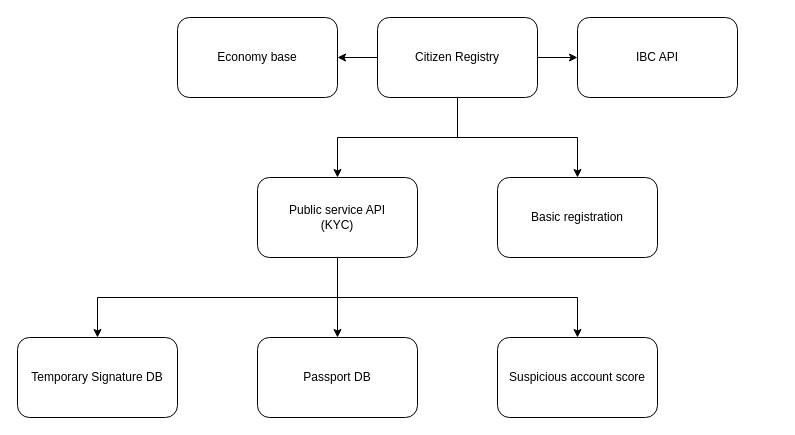
This is page "Global CR structure" (1 of 6) of architecture/crdesign.drawio from markvandal/ds.info, a draw.io file, before an edit. Source tidied: cells renumbered, new cells numbered last; positions are measured from the earlier drawing's top-left corner, leaving out a move shared by most shapes. Both pictures are drawn from the tidied source at 100%, with x=0, y=0 at pixel (17, 17).
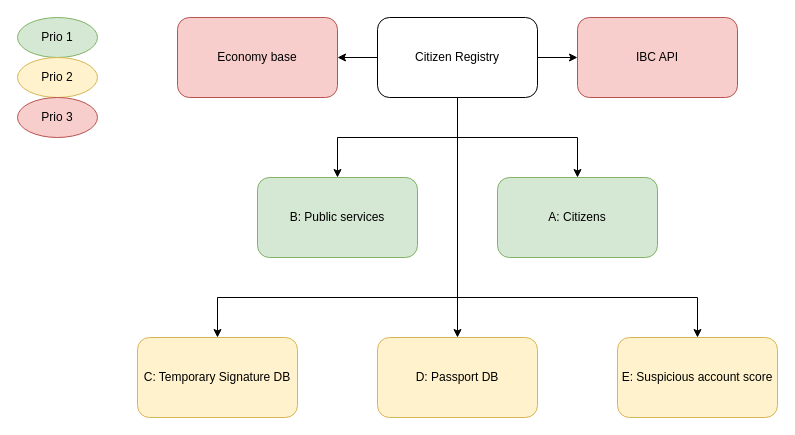
The same diagram, later.

The change refers to these unchanged cells:
```xml
<mxCell id="8" value="Citizen Registry" style="rounded=1;whiteSpace=wrap;html=1;" parent="1" vertex="1">
  <mxGeometry x="360" width="160" height="80" as="geometry" />
</mxCell>
```

What changed in the source:
```diff
@@
-    <mxCell id="3" style="edgeStyle=orthogonalEdgeStyle;rounded=0;jettySize=auto;html=1;exitX=0.5;exitY=1;exitDx=0;exitDy=0;" parent="1" edge="1" source="12" target="10">
+    <mxCell id="3" style="edgeStyle=orthogonalEdgeStyle;rounded=0;jettySize=auto;html=1;exitX=0.5;exitY=1;exitDx=0;exitDy=0;" parent="1" edge="1" source="8" target="10">
       <mxGeometry relative="1" as="geometry" />
     </mxCell>
@@
-    <mxCell id="6" style="edgeStyle=orthogonalEdgeStyle;rounded=0;jettySize=auto;html=1;exitX=0.5;exitY=1;exitDx=0;exitDy=0;" parent="1" edge="1" source="12" target="14">
-      <mxGeometry relative="1" as="geometry" />
+    <mxCell id="6" style="edgeStyle=orthogonalEdgeStyle;rounded=0;jettySize=auto;html=1;exitX=0.5;exitY=1;exitDx=0;exitDy=0;" parent="1" edge="1" source="8" target="14">
+      <mxGeometry relative="1" as="geometry">
+        <Array as="points">
+          <mxPoint x="440" y="280" />
+          <mxPoint x="200" y="280" />
+        </Array>
+      </mxGeometry>
     </mxCell>
@@
-    <mxCell id="9" value="Basic registration" style="rounded=1;whiteSpace=wrap;html=1;" parent="1" vertex="1">
+    <mxCell id="9" value="A: Citizens" style="rounded=1;whiteSpace=wrap;html=1;fillColor=#d5e8d4;strokeColor=#82b366;" parent="1" vertex="1">
       <mxGeometry x="480" y="160" width="160" height="80" as="geometry" />
     </mxCell>
-    <mxCell id="10" value="Passport DB" style="rounded=1;whiteSpace=wrap;html=1;" parent="1" vertex="1">
-      <mxGeometry x="240" y="320" width="160" height="80" as="geometry" />
+    <mxCell id="10" value="D: Passport DB" style="rounded=1;whiteSpace=wrap;html=1;fillColor=#fff2cc;strokeColor=#d6b656;" parent="1" vertex="1">
+      <mxGeometry x="360" y="320" width="160" height="80" as="geometry" />
     </mxCell>
-    <mxCell id="11" style="edgeStyle=orthogonalEdgeStyle;rounded=0;jettySize=auto;html=1;exitX=0.5;exitY=1;exitDx=0;exitDy=0;" parent="1" edge="1" source="12" target="16">
-      <mxGeometry relative="1" as="geometry" />
+    <mxCell id="11" style="edgeStyle=orthogonalEdgeStyle;rounded=0;jettySize=auto;html=1;exitX=0.5;exitY=1;exitDx=0;exitDy=0;" parent="1" edge="1" source="8" target="16">
+      <mxGeometry relative="1" as="geometry">
+        <Array as="points">
+          <mxPoint x="440" y="280" />
+          <mxPoint x="680" y="280" />
+        </Array>
+      </mxGeometry>
     </mxCell>
-    <mxCell id="12" value="Public service API&lt;br&gt;(KYC)" style="rounded=1;whiteSpace=wrap;html=1;" parent="1" vertex="1">
+    <mxCell id="12" value="B: Public services" style="rounded=1;whiteSpace=wrap;html=1;fillColor=#d5e8d4;strokeColor=#82b366;" parent="1" vertex="1">
       <mxGeometry x="240" y="160" width="160" height="80" as="geometry" />
     </mxCell>
-    <mxCell id="13" value="IBC API" style="rounded=1;whiteSpace=wrap;html=1;" parent="1" vertex="1">
+    <mxCell id="13" value="IBC API" style="rounded=1;whiteSpace=wrap;html=1;fillColor=#f8cecc;strokeColor=#b85450;" parent="1" vertex="1">
       <mxGeometry x="560" width="160" height="80" as="geometry" />
     </mxCell>
-    <mxCell id="14" value="Temporary Signature DB" style="rounded=1;whiteSpace=wrap;html=1;" parent="1" vertex="1">
-      <mxGeometry y="320" width="160" height="80" as="geometry" />
+    <mxCell id="14" value="C: Temporary Signature DB" style="rounded=1;whiteSpace=wrap;html=1;fillColor=#fff2cc;strokeColor=#d6b656;" parent="1" vertex="1">
+      <mxGeometry x="120" y="320" width="160" height="80" as="geometry" />
     </mxCell>
-    <mxCell id="15" value="Economy base" style="rounded=1;whiteSpace=wrap;html=1;" parent="1" vertex="1">
+    <mxCell id="15" value="Economy base" style="rounded=1;whiteSpace=wrap;html=1;fillColor=#f8cecc;strokeColor=#b85450;" parent="1" vertex="1">
       <mxGeometry x="160" width="160" height="80" as="geometry" />
     </mxCell>
-    <mxCell id="16" value="Suspicious account score" style="rounded=1;whiteSpace=wrap;html=1;" parent="1" vertex="1">
-      <mxGeometry x="480" y="320" width="160" height="80" as="geometry" />
+    <mxCell id="16" value="E: Suspicious account score" style="rounded=1;whiteSpace=wrap;html=1;fillColor=#fff2cc;strokeColor=#d6b656;" parent="1" vertex="1">
+      <mxGeometry x="600" y="320" width="160" height="80" as="geometry" />
     </mxCell>
+    <mxCell id="17" value="Prio 1" style="ellipse;whiteSpace=wrap;html=1;fillColor=#d5e8d4;strokeColor=#82b366;" parent="1" vertex="1">
+      <mxGeometry width="80" height="40" as="geometry" />
+    </mxCell>
+    <mxCell id="18" value="Prio 2" style="ellipse;whiteSpace=wrap;html=1;fillColor=#fff2cc;strokeColor=#d6b656;" parent="1" vertex="1">
+      <mxGeometry y="40" width="80" height="40" as="geometry" />
+    </mxCell>
+    <mxCell id="19" value="Prio 3" style="ellipse;whiteSpace=wrap;html=1;fillColor=#f8cecc;strokeColor=#b85450;" parent="1" vertex="1">
+      <mxGeometry y="80" width="80" height="40" as="geometry" />
+    </mxCell>
```
